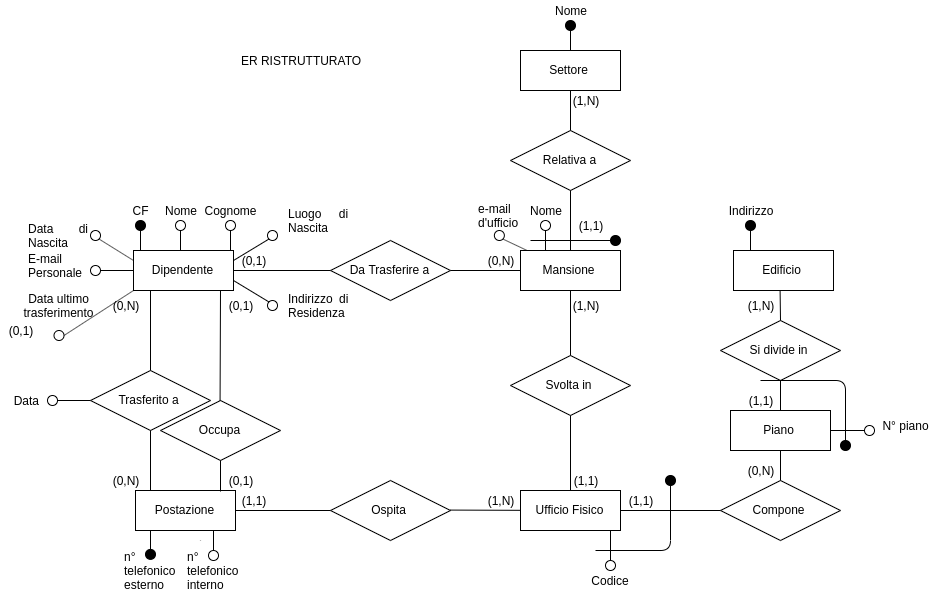
Above: diagram_ER/diagram_ER_restructured.png in Torkin1/Directory_aziendale (draw.io), before the change. Source tidied: cells renumbered, new cells last; positions are measured from the earlier drawing's top-left corner, leaving out a move shared by most shapes.
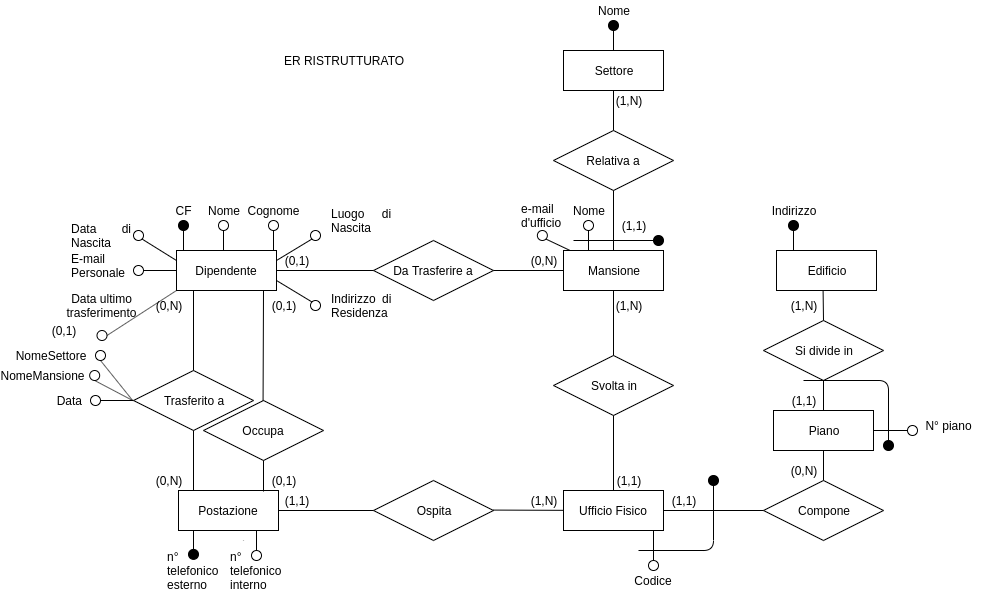
Later version of the same file.

Change to the diagram source:
```diff
@@ -375,5 +375,27 @@
         <mxPoint x="526.6" y="250" as="sourcePoint" />
       </mxGeometry>
     </mxCell>
+    <mxCell id="109" style="ellipse;whiteSpace=wrap;html=1;" parent="1" vertex="1">
+      <mxGeometry x="46.2" y="370" width="10" height="10" as="geometry" />
+    </mxCell>
+    <mxCell id="110" style="endArrow=none;html=1;entryX=0.5;entryY=1;entryDx=0;entryDy=0;exitX=0;exitY=0.5;exitDx=0;exitDy=0;" parent="1" edge="1" target="109">
+      <mxGeometry relative="1" as="geometry">
+        <mxPoint x="89.2" y="400" as="sourcePoint" />
+      </mxGeometry>
+    </mxCell>
+    <mxCell id="111" value="NomeMansione" style="text;html=1;strokeColor=none;fillColor=none;align=center;verticalAlign=middle;whiteSpace=wrap;rounded=0;" parent="1" vertex="1">
+      <mxGeometry x="-20.8" y="365" width="40" height="20" as="geometry" />
+    </mxCell>
+    <mxCell id="112" style="ellipse;whiteSpace=wrap;html=1;" parent="1" vertex="1">
+      <mxGeometry x="52" y="350" width="10" height="10" as="geometry" />
+    </mxCell>
+    <mxCell id="113" style="endArrow=none;html=1;entryX=0.5;entryY=1;entryDx=0;entryDy=0;exitX=0;exitY=0.5;exitDx=0;exitDy=0;" parent="1" edge="1" target="112">
+      <mxGeometry relative="1" as="geometry">
+        <mxPoint x="89.2" y="400" as="sourcePoint" />
+      </mxGeometry>
+    </mxCell>
+    <mxCell id="114" value="NomeSettore" style="text;html=1;strokeColor=none;fillColor=none;align=center;verticalAlign=middle;whiteSpace=wrap;rounded=0;" parent="1" vertex="1">
+      <mxGeometry x="-13" y="345" width="40" height="20" as="geometry" />
+    </mxCell>
   </root>
 </mxGraphModel>
```
